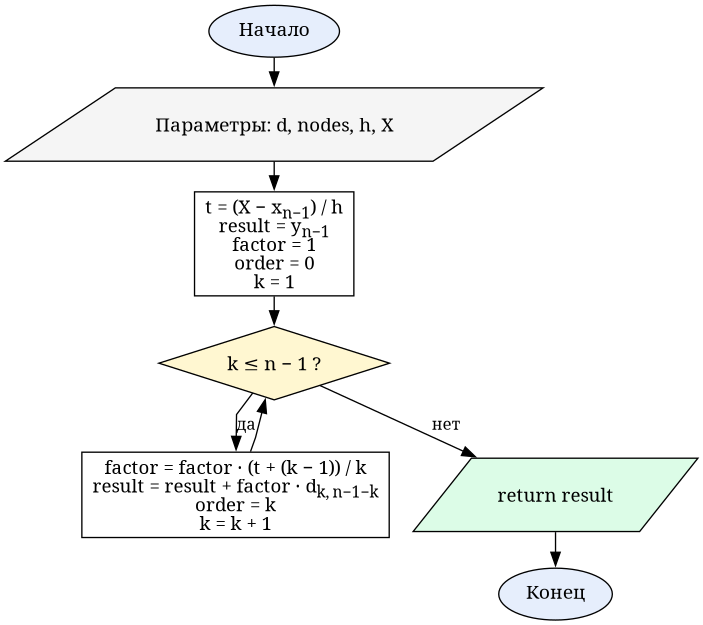
This is reports/resources/flowcharts/lab5_newton_bwd.png from Oriptal/calc-math-lab2, a Graphviz export, as it was before one commit. Its source is kept beside it as reports/resources/flowcharts/lab5_newton_bwd.dot.
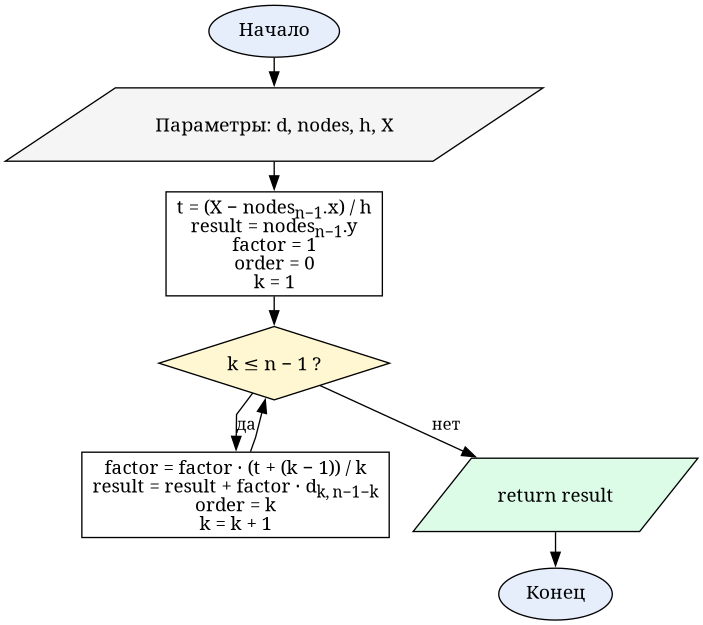
Later version of the same file.

Diff of the diagram source:
```diff
@@ -5,7 +5,7 @@
 
   start  [label="Начало", shape=oval, fillcolor="#e6eefc"]
   input  [label=<Параметры: d, nodes, h, X>, shape=parallelogram, fillcolor="#f5f5f5"]
-  init   [label=<t = (X − x<SUB>n−1</SUB>) / h<BR/>result = y<SUB>n−1</SUB><BR/>factor = 1<BR/>order = 0<BR/>k = 1>, shape=box]
+  init   [label=<t = (X − nodes<SUB>n−1</SUB>.x) / h<BR/>result = nodes<SUB>n−1</SUB>.y<BR/>factor = 1<BR/>order = 0<BR/>k = 1>, shape=box]
   chk    [label=<k ≤ n − 1 ?>, shape=diamond, fillcolor="#fff7d1"]
   body   [label=<factor = factor · (t + (k − 1)) / k<BR/>result = result + factor · d<SUB>k,&thinsp;n−1−k</SUB><BR/>order = k<BR/>k = k + 1>, shape=box]
   output [label=<return result>, shape=parallelogram, fillcolor="#dcfce7"]
```
